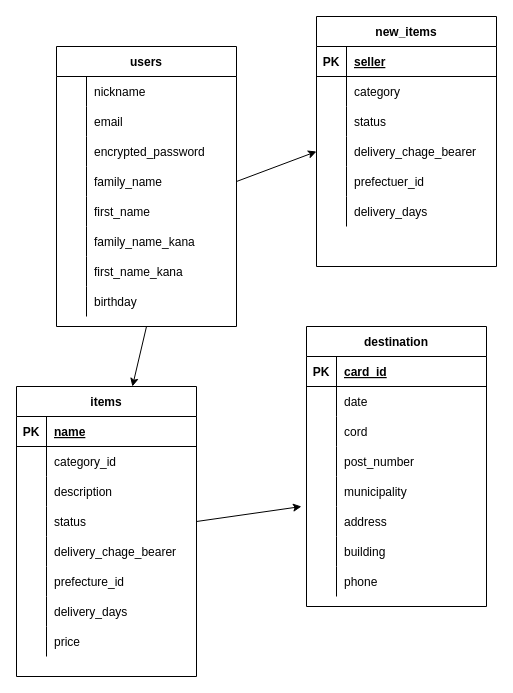
akifumiyamane/furima-38392 keeps this draw.io diagram as README.dio. Above is the earlier version. Source tidied: cells renumbered, new cells numbered last; positions are measured from the earlier drawing's top-left corner, leaving out a move shared by most shapes. Both pictures are drawn from the tidied source at 100%, with x=0, y=0 at pixel (16, 16).
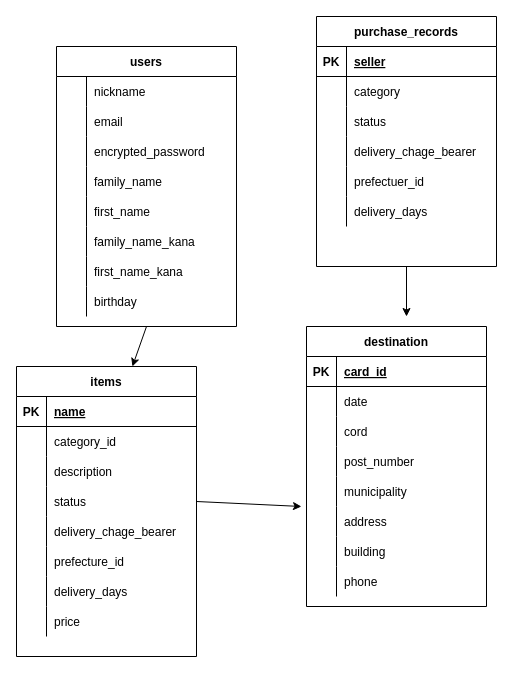
Above is the later version.

Commit message (it also covers changes not shown here):
データベース設計

Unchanged cells that the change refers to:
```xml
<mxCell id="37" style="shape=partialRectangle;fillColor=none;top=0;left=0;bottom=0;right=0;points=[[0,0.5],[1,0.5]];portConstraint=eastwest;" parent="27" vertex="1">
  <mxGeometry y="120" width="180" height="30" as="geometry" />
</mxCell>
<mxCell id="83" style="shape=partialRectangle;fillColor=none;top=0;left=0;bottom=0;right=0;points=[[0,0.5],[1,0.5]];portConstraint=eastwest;" parent="73" vertex="1">
  <mxGeometry y="120" width="180" height="30" as="geometry" />
</mxCell>
```

The edit, as a diff of the source:
```diff
@@
     <mxCell id="2" value="items" style="shape=table;startSize=30;childLayout=tableLayout;rowLines=0;fontStyle=1;align=center;" parent="1" vertex="1">
-      <mxGeometry y="370" width="180" height="290" as="geometry" />
+      <mxGeometry y="350" width="180" height="290" as="geometry" />
     </mxCell>
@@
+    <mxCell id="99" style="edgeStyle=none;html=1;exitX=0.5;exitY=1;exitDx=0;exitDy=0;" parent="1" edge="1" source="27">
+      <mxGeometry relative="1" as="geometry">
+        <mxPoint x="390" y="300" as="targetPoint" />
+      </mxGeometry>
+    </mxCell>
-    <mxCell id="27" value="new_items" style="shape=table;startSize=30;childLayout=tableLayout;rowLines=0;fontStyle=1;align=center;" parent="1" vertex="1">
+    <mxCell id="27" value="purchase_records" style="shape=table;startSize=30;childLayout=tableLayout;rowLines=0;fontStyle=1;align=center;" parent="1" vertex="1">
       <mxGeometry x="300" width="180" height="250" as="geometry" />
     </mxCell>
@@
-    <mxCell id="98" style="edgeStyle=none;html=1;exitX=1;exitY=0.5;exitDx=0;exitDy=0;entryX=0;entryY=0.5;entryDx=0;entryDy=0;" parent="1" edge="1" source="83" target="37">
-      <mxGeometry relative="1" as="geometry" />
-    </mxCell>
```
